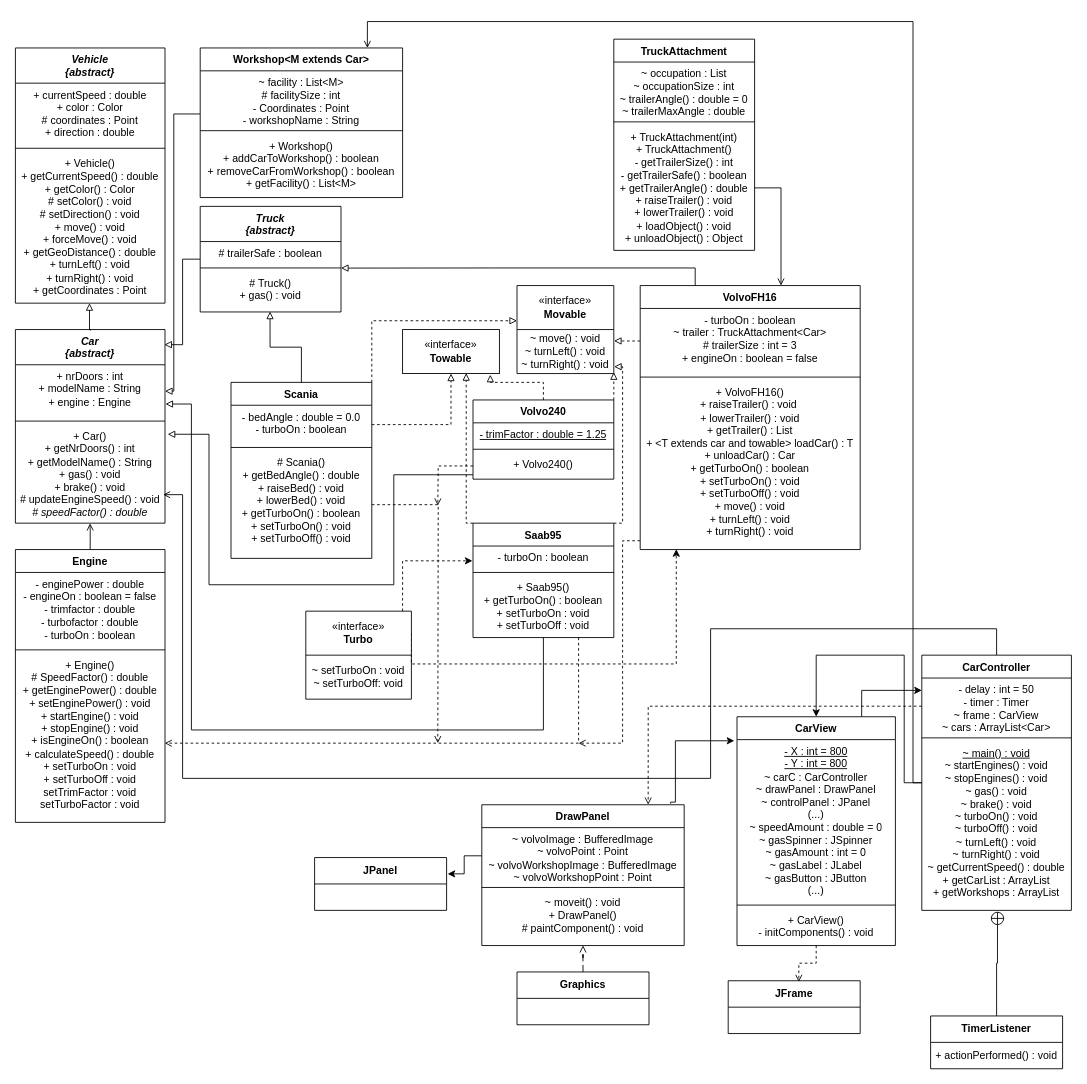
VIctorvonCorswant/lab3-group-8 keeps this draw.io diagram as UML/updatedUML.drawio. Above is the earlier version. Source tidied: cells renumbered, new cells numbered last; positions are measured from the earlier drawing's top-left corner, leaving out a move shared by most shapes. Both pictures are drawn from the tidied source at 88%, with x=0, y=0 at pixel (15, 21).
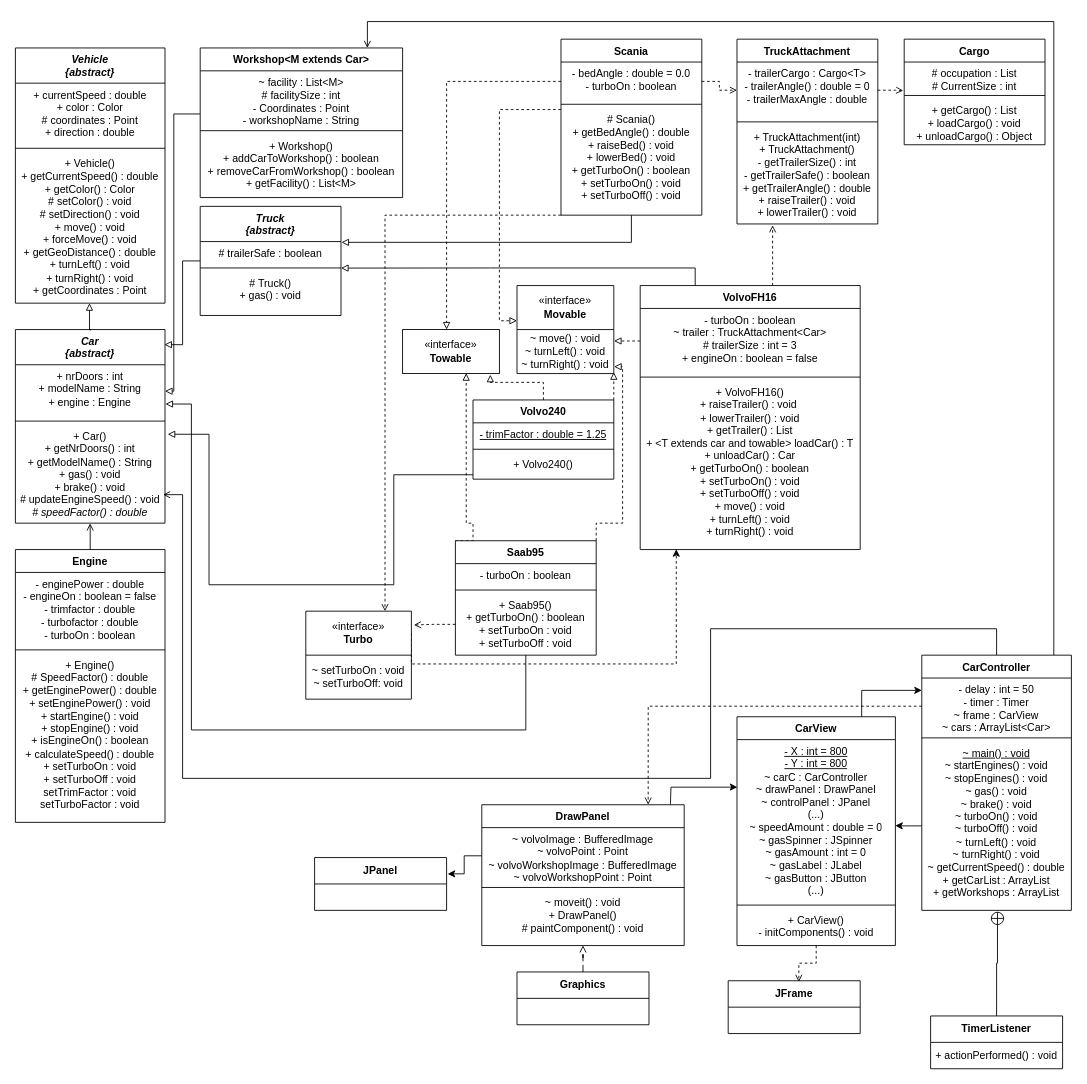
Above is the later version.

Commit message (it also covers changes not shown here):
Added final UML designs and images

The change refers to these unchanged cells:
```xml
<mxCell id="12" value="- &lt;span style=&quot;white-space: pre;&quot;&gt;turboOn : boolean&lt;/span&gt;" style="text;strokeColor=none;fillColor=none;align=center;verticalAlign=top;spacingLeft=4;spacingRight=4;overflow=hidden;points=[[0,0.5],[1,0.5]];portConstraint=eastwest;whiteSpace=wrap;html=1;" parent="11" vertex="1">
  <mxGeometry y="26" width="160" height="26" as="geometry" />
</mxCell>
<mxCell id="14" value="+ Saab95()&lt;div&gt;+ getTurboOn() : boolean&lt;/div&gt;&lt;div&gt;+ setTurboOn : void&lt;/div&gt;&lt;div&gt;+ setTurboOff : void&lt;/div&gt;" style="text;strokeColor=none;fillColor=none;align=center;verticalAlign=top;spacingLeft=4;spacingRight=4;overflow=hidden;points=[[0,0.5],[1,0.5]];portConstraint=eastwest;whiteSpace=wrap;html=1;" parent="11" vertex="1">
  <mxGeometry y="60" width="160" height="70" as="geometry" />
</mxCell>
<mxCell id="15" value="Volvo240" style="swimlane;fontStyle=1;align=center;verticalAlign=top;horizontal=1;startSize=26;whiteSpace=wrap;html=1;" parent="1" vertex="1">
  <mxGeometry x="520" y="430" width="160" height="90" as="geometry" />
</mxCell>
<mxCell id="19" value="+ Volvo240()" style="text;strokeColor=none;fillColor=none;align=center;verticalAlign=top;spacingLeft=4;spacingRight=4;overflow=hidden;points=[[0,0.5],[1,0.5]];portConstraint=eastwest;whiteSpace=wrap;html=1;" parent="15" vertex="1">
  <mxGeometry y="60" width="160" height="30" as="geometry" />
</mxCell>
<mxCell id="20" value="«interface»&lt;br&gt;&lt;b&gt;Towable&lt;/b&gt;" style="html=1;whiteSpace=wrap;" parent="1" vertex="1">
  <mxGeometry x="440" y="350" width="110" height="50" as="geometry" />
</mxCell>
<mxCell id="22" value="- bedAngle : double = 0.0&lt;div&gt;- turboOn : boolean&lt;/div&gt;" style="text;strokeColor=none;fillColor=none;align=center;verticalAlign=top;spacingLeft=4;spacingRight=4;overflow=hidden;points=[[0,0.5],[1,0.5]];portConstraint=eastwest;whiteSpace=wrap;html=1;" parent="21" vertex="1">
  <mxGeometry y="26" width="160" height="44" as="geometry" />
</mxCell>
<mxCell id="25" value="# Scania()&lt;div&gt;+ getBedAngle() : double&lt;/div&gt;&lt;div&gt;+ raiseBed() : void&lt;/div&gt;&lt;div&gt;+ lowerBed() : void&lt;/div&gt;&lt;div&gt;+ getTurboOn() : boolean&lt;/div&gt;&lt;div&gt;+ setTurboOn() : void&lt;/div&gt;&lt;div&gt;+ setTurboOff() : void&lt;/div&gt;" style="text;strokeColor=none;fillColor=none;align=center;verticalAlign=top;spacingLeft=4;spacingRight=4;overflow=hidden;points=[[0,0.5],[1,0.5]];portConstraint=eastwest;whiteSpace=wrap;html=1;" parent="21" vertex="1">
  <mxGeometry y="78" width="160" height="122" as="geometry" />
</mxCell>
<mxCell id="26" value="VolvoFH16" style="swimlane;fontStyle=1;align=center;verticalAlign=top;horizontal=1;startSize=26;whiteSpace=wrap;html=1;" parent="1" vertex="1">
  <mxGeometry x="710" y="300" width="250" height="300" as="geometry" />
</mxCell>
<mxCell id="30" value="+ VolvoFH16()&lt;div&gt;+ raiseTrailer() : void&amp;nbsp;&lt;/div&gt;&lt;div&gt;+ lowerTrailer() : void&lt;/div&gt;&lt;div&gt;+ getTrailer() : List&lt;/div&gt;&lt;div&gt;+ &amp;lt;T extends car and towable&amp;gt; loadCar() : T&lt;/div&gt;&lt;div&gt;+ unloadCar() : Car&lt;/div&gt;&lt;div&gt;+ getTurboOn() : boolean&lt;/div&gt;&lt;div&gt;+ setTurboOn() : void&lt;/div&gt;&lt;div&gt;+ setTurboOff() : void&lt;/div&gt;&lt;div&gt;+ move() : void&lt;/div&gt;&lt;div&gt;+ turnLeft() : void&lt;/div&gt;&lt;div&gt;+ turnRight() : void&lt;/div&gt;" style="text;strokeColor=none;fillColor=none;align=center;verticalAlign=top;spacingLeft=4;spacingRight=4;overflow=hidden;points=[[0,0.5],[1,0.5]];portConstraint=eastwest;whiteSpace=wrap;html=1;" parent="26" vertex="1">
  <mxGeometry y="108" width="250" height="192" as="geometry" />
</mxCell>
<mxCell id="31" value="«interface»&lt;br&gt;&lt;b&gt;Movable&lt;/b&gt;" style="swimlane;fontStyle=0;horizontal=1;startSize=50;whiteSpace=wrap;html=1;" parent="1" vertex="1">
  <mxGeometry x="570" y="300" width="110" height="100" as="geometry" />
</mxCell>
<mxCell id="34" value="Workshop&amp;lt;M extends Car&amp;gt;" style="swimlane;fontStyle=1;align=center;verticalAlign=top;horizontal=1;startSize=26;whiteSpace=wrap;html=1;" parent="1" vertex="1">
  <mxGeometry x="210" y="30" width="230" height="170" as="geometry" />
</mxCell>
<mxCell id="45" value="+ Engine()&lt;div&gt;# SpeedFactor() : double&lt;/div&gt;&lt;div&gt;+ getEnginePower() : double&lt;/div&gt;&lt;div&gt;+ setEnginePower() : void&lt;/div&gt;&lt;div&gt;+ startEngine() : void&lt;/div&gt;&lt;div&gt;+ stopEngine() : void&lt;/div&gt;&lt;div&gt;+ isEngineOn() : boolean&lt;/div&gt;&lt;div&gt;+ calculateSpeed() : double&lt;/div&gt;&lt;div&gt;+ setTurboOn : void&lt;/div&gt;&lt;div&gt;+ setTurboOff : void&lt;/div&gt;&lt;div&gt;setTrimFactor : void&lt;/div&gt;&lt;div&gt;setTurboFactor : void&lt;/div&gt;" style="text;strokeColor=none;fillColor=none;align=center;verticalAlign=top;spacingLeft=4;spacingRight=4;overflow=hidden;points=[[0,0.5],[1,0.5]];portConstraint=eastwest;whiteSpace=wrap;html=1;" parent="42" vertex="1">
  <mxGeometry y="118" width="170" height="192" as="geometry" />
</mxCell>
<mxCell id="47" value="# trailerSafe : boolean" style="text;strokeColor=none;fillColor=none;align=center;verticalAlign=top;spacingLeft=4;spacingRight=4;overflow=hidden;points=[[0,0.5],[1,0.5]];portConstraint=eastwest;whiteSpace=wrap;html=1;" parent="46" vertex="1">
  <mxGeometry y="40" width="160" height="26" as="geometry" />
</mxCell>
<mxCell id="53" value="CarController" style="swimlane;fontStyle=1;align=center;verticalAlign=top;horizontal=1;startSize=26;whiteSpace=wrap;html=1;" parent="1" vertex="1">
  <mxGeometry x="1030" y="720" width="170" height="290" as="geometry" />
</mxCell>
<mxCell id="56" value="&lt;u&gt;~ main() : void&lt;/u&gt;&lt;div&gt;~ startEngines() : void&lt;/div&gt;&lt;div&gt;~ stopEngines() : void&lt;/div&gt;&lt;div&gt;~ gas() : void&lt;/div&gt;&lt;div&gt;~ brake() : void&lt;/div&gt;&lt;div&gt;~ turboOn() : void&lt;/div&gt;&lt;div&gt;~ turboOff() : void&lt;/div&gt;&lt;div&gt;~ turnLeft() : void&lt;/div&gt;&lt;div&gt;~ turnRight() : void&lt;/div&gt;&lt;div&gt;~ getCurrentSpeed() : double&lt;/div&gt;&lt;div&gt;+ getCarList : ArrayList&lt;/div&gt;&lt;div&gt;+ getWorkshops : ArrayList&lt;/div&gt;" style="text;strokeColor=none;fillColor=none;align=center;verticalAlign=top;spacingLeft=4;spacingRight=4;overflow=hidden;points=[[0,0.5],[1,0.5]];portConstraint=eastwest;whiteSpace=wrap;html=1;" parent="53" vertex="1">
  <mxGeometry y="98" width="170" height="192" as="geometry" />
</mxCell>
<mxCell id="61" value="CarView" style="swimlane;fontStyle=1;align=center;verticalAlign=top;horizontal=1;startSize=26;whiteSpace=wrap;html=1;" parent="1" vertex="1">
  <mxGeometry x="820" y="790" width="180" height="260" as="geometry" />
</mxCell>
<mxCell id="62" value="&lt;u&gt;- X : int = 800&lt;/u&gt;&lt;div&gt;&lt;u&gt;- Y : int = 800&lt;/u&gt;&lt;/div&gt;&lt;div&gt;~ carC : CarController&lt;/div&gt;&lt;div&gt;~ drawPanel : DrawPanel&lt;/div&gt;&lt;div&gt;~ controlPanel : JPanel&lt;/div&gt;&lt;div&gt;(...)&lt;/div&gt;&lt;div&gt;~ speedAmount : double = 0&lt;/div&gt;&lt;div&gt;~ gasSpinner : JSpinner&lt;/div&gt;&lt;div&gt;~ gasAmount : int = 0&lt;/div&gt;&lt;div&gt;~ gasLabel : JLabel&lt;/div&gt;&lt;div&gt;~ gasButton : JButton&lt;/div&gt;&lt;div&gt;(...)&lt;/div&gt;" style="text;strokeColor=none;fillColor=none;align=center;verticalAlign=top;spacingLeft=4;spacingRight=4;overflow=hidden;points=[[0,0.5],[1,0.5]];portConstraint=eastwest;whiteSpace=wrap;html=1;" parent="61" vertex="1">
  <mxGeometry y="26" width="180" height="184" as="geometry" />
</mxCell>
<mxCell id="66" value="DrawPanel" style="swimlane;fontStyle=1;align=center;verticalAlign=top;horizontal=1;startSize=26;whiteSpace=wrap;html=1;" parent="1" vertex="1">
  <mxGeometry x="530" y="890" width="230" height="160" as="geometry" />
</mxCell>
<mxCell id="84" value="«interface»&lt;br&gt;&lt;b&gt;Turbo&lt;/b&gt;" style="swimlane;fontStyle=0;horizontal=1;startSize=50;whiteSpace=wrap;html=1;" parent="1" vertex="1">
  <mxGeometry x="330" y="670" width="120" height="100" as="geometry" />
</mxCell>
```

Change to the diagram source:
```diff
@@
     <mxCell id="10" style="edgeStyle=orthogonalEdgeStyle;rounded=0;jettySize=auto;html=1;exitX=0;exitY=0;exitDx=0;exitDy=0;entryX=0.657;entryY=0.991;entryDx=0;entryDy=0;entryPerimeter=0;dashed=1;endArrow=block;endFill=0;" parent="1" edge="1" source="11" target="20">
       <mxGeometry relative="1" as="geometry">
         <Array as="points">
+          <mxPoint x="520" y="590" />
+          <mxPoint x="520" y="570" />
           <mxPoint x="512" y="570" />
         </Array>
       </mxGeometry>
     </mxCell>
     <mxCell id="11" value="Saab95" style="swimlane;fontStyle=1;align=center;verticalAlign=top;horizontal=1;startSize=26;whiteSpace=wrap;html=1;" parent="1" vertex="1">
-      <mxGeometry x="520" y="570" width="160" height="130" as="geometry" />
+      <mxGeometry x="500" y="590" width="160" height="130" as="geometry" />
     </mxCell>
@@
-    <mxCell id="18" style="edgeStyle=orthogonalEdgeStyle;rounded=0;jettySize=auto;html=1;dashed=1;endArrow=open;endFill=0;" parent="15" edge="1" source="19">
-      <mxGeometry relative="1" as="geometry">
-        <mxPoint x="-40" y="120" as="targetPoint" />
-      </mxGeometry>
-    </mxCell>
@@
     <mxCell id="21" value="Scania" style="swimlane;fontStyle=1;align=center;verticalAlign=top;horizontal=1;startSize=26;whiteSpace=wrap;html=1;" parent="1" vertex="1">
-      <mxGeometry x="245" y="410" width="160" height="200" as="geometry" />
+      <mxGeometry x="620" y="20" width="160" height="200" as="geometry" />
     </mxCell>
@@
-    <mxCell id="24" style="edgeStyle=orthogonalEdgeStyle;rounded=0;jettySize=auto;html=1;dashed=1;endArrow=open;endFill=0;" parent="21" edge="1" source="25">
-      <mxGeometry relative="1" as="geometry">
-        <mxPoint x="235" y="410" as="targetPoint" />
-      </mxGeometry>
-    </mxCell>
@@
+    <mxCell id="96" style="edgeStyle=orthogonalEdgeStyle;rounded=0;jettySize=auto;html=1;entryX=0.253;entryY=1.013;entryDx=0;entryDy=0;entryPerimeter=0;dashed=1;endArrow=open;endFill=0;" parent="1" edge="1" source="26" target="41">
+      <mxGeometry relative="1" as="geometry">
+        <Array as="points">
+          <mxPoint x="860" y="232" />
+        </Array>
+      </mxGeometry>
+    </mxCell>
@@
-    <mxCell id="29" style="edgeStyle=orthogonalEdgeStyle;rounded=0;jettySize=auto;html=1;dashed=1;endArrow=open;endFill=0;" parent="26" edge="1" source="30">
-      <mxGeometry relative="1" as="geometry">
-        <mxPoint x="-70" y="520" as="targetPoint" />
-        <Array as="points">
-          <mxPoint x="-20" y="290" />
-        </Array>
-      </mxGeometry>
-    </mxCell>
@@
     <mxCell id="38" value="TruckAttachment" style="swimlane;fontStyle=1;align=center;verticalAlign=top;horizontal=1;startSize=26;whiteSpace=wrap;html=1;" parent="1" vertex="1">
-      <mxGeometry x="680" y="20" width="160" height="240" as="geometry" />
+      <mxGeometry x="820" y="20" width="160" height="210" as="geometry" />
     </mxCell>
-    <mxCell id="39" value="&lt;div&gt;~ occupation : List&lt;/div&gt;~ occupationSize : int&lt;div&gt;~ trailerAngle() : double = 0&lt;/div&gt;&lt;div&gt;~ trailerMaxAngle : double&lt;/div&gt;" style="text;strokeColor=none;fillColor=none;align=center;verticalAlign=top;spacingLeft=4;spacingRight=4;overflow=hidden;points=[[0,0.5],[1,0.5]];portConstraint=eastwest;whiteSpace=wrap;html=1;" parent="38" vertex="1">
+    <mxCell id="39" value="&lt;div&gt;- trailerCargo : Cargo&amp;lt;T&amp;gt;&lt;/div&gt;&lt;div&gt;- trailerAngle() : double = 0&lt;/div&gt;&lt;div&gt;- trailerMaxAngle : double&lt;/div&gt;" style="text;strokeColor=none;fillColor=none;align=center;verticalAlign=top;spacingLeft=4;spacingRight=4;overflow=hidden;points=[[0,0.5],[1,0.5]];portConstraint=eastwest;whiteSpace=wrap;html=1;" parent="38" vertex="1">
       <mxGeometry y="26" width="160" height="64" as="geometry" />
     </mxCell>
@@
-    <mxCell id="41" value="+ TruckAttachment(int)&lt;div&gt;+ TruckAttachment()&lt;/div&gt;&lt;div&gt;- getTrailerSize() : int&lt;/div&gt;&lt;div&gt;- getTrailerSafe() : boolean&lt;/div&gt;&lt;div&gt;+ getTrailerAngle() : double&lt;/div&gt;&lt;div&gt;+ raiseTrailer() : void&lt;/div&gt;&lt;div&gt;+ lowerTrailer() : void&lt;/div&gt;&lt;div&gt;+ loadObject() : void&lt;/div&gt;&lt;div&gt;+ unloadObject() : Object&lt;/div&gt;" style="text;strokeColor=none;fillColor=none;align=center;verticalAlign=top;spacingLeft=4;spacingRight=4;overflow=hidden;points=[[0,0.5],[1,0.5]];portConstraint=eastwest;whiteSpace=wrap;html=1;" parent="38" vertex="1">
-      <mxGeometry y="98" width="160" height="142" as="geometry" />
+    <mxCell id="41" value="+ TruckAttachment(int)&lt;div&gt;+ TruckAttachment()&lt;/div&gt;&lt;div&gt;- getTrailerSize() : int&lt;/div&gt;&lt;div&gt;- getTrailerSafe() : boolean&lt;/div&gt;&lt;div&gt;+ getTrailerAngle() : double&lt;/div&gt;&lt;div&gt;+ raiseTrailer() : void&lt;/div&gt;&lt;div&gt;+ lowerTrailer() : void&lt;/div&gt;" style="text;strokeColor=none;fillColor=none;align=center;verticalAlign=top;spacingLeft=4;spacingRight=4;overflow=hidden;points=[[0,0.5],[1,0.5]];portConstraint=eastwest;whiteSpace=wrap;html=1;" parent="38" vertex="1">
+      <mxGeometry y="98" width="160" height="112" as="geometry" />
     </mxCell>
@@
     <mxCell id="46" value="&lt;i&gt;Truck&lt;/i&gt;&lt;div&gt;&lt;i&gt;{abstract}&lt;/i&gt;&lt;/div&gt;" style="swimlane;fontStyle=1;align=center;verticalAlign=top;horizontal=1;startSize=40;whiteSpace=wrap;html=1;" parent="1" vertex="1">
-      <mxGeometry x="210" y="210" width="160" height="120" as="geometry" />
+      <mxGeometry x="210" y="210" width="160" height="124" as="geometry" />
     </mxCell>
@@
     <mxCell id="49" value="# Truck()&lt;div&gt;+ gas() : void&lt;/div&gt;" style="text;strokeColor=none;fillColor=none;align=center;verticalAlign=top;spacingLeft=4;spacingRight=4;overflow=hidden;points=[[0,0.5],[1,0.5]];portConstraint=eastwest;whiteSpace=wrap;html=1;" parent="46" vertex="1">
-      <mxGeometry y="74" width="160" height="46" as="geometry" />
+      <mxGeometry y="74" width="160" height="50" as="geometry" />
     </mxCell>
@@
     <mxCell id="51" style="edgeStyle=orthogonalEdgeStyle;rounded=0;jettySize=auto;html=1;entryX=0.826;entryY=0;entryDx=0;entryDy=0;entryPerimeter=0;endArrow=open;endFill=0;" parent="1" edge="1" source="53" target="34">
       <mxGeometry relative="1" as="geometry">
         <Array as="points">
-          <mxPoint x="1020" y="865" />
-          <mxPoint x="1020" />
+          <mxPoint x="1180" />
           <mxPoint x="400" />
         </Array>
       </mxGeometry>
     </mxCell>
-    <mxCell id="52" style="edgeStyle=orthogonalEdgeStyle;rounded=0;jettySize=auto;html=1;entryX=0.5;entryY=0;entryDx=0;entryDy=0;" parent="1" edge="1" source="53" target="61">
-      <mxGeometry relative="1" as="geometry">
-        <Array as="points">
-          <mxPoint x="1010" y="865" />
-          <mxPoint x="1010" y="720" />
-          <mxPoint x="910" y="720" />
-        </Array>
-      </mxGeometry>
-    </mxCell>
@@
-    <mxCell id="65" style="edgeStyle=orthogonalEdgeStyle;rounded=0;jettySize=auto;html=1;exitX=0.933;exitY=-0.008;exitDx=0;exitDy=0;entryX=-0.017;entryY=0.007;entryDx=0;entryDy=0;entryPerimeter=0;exitPerimeter=0;" parent="1" edge="1" source="66" target="62">
+    <mxCell id="65" style="edgeStyle=orthogonalEdgeStyle;rounded=0;jettySize=auto;html=1;exitX=0.932;exitY=-0.002;exitDx=0;exitDy=0;entryX=0.002;entryY=0.294;entryDx=0;entryDy=0;entryPerimeter=0;exitPerimeter=0;" parent="1" edge="1" source="66" target="62">
       <mxGeometry relative="1" as="geometry">
         <Array as="points">
+          <mxPoint x="744" y="887" />
           <mxPoint x="745" y="887" />
-          <mxPoint x="750" y="887" />
-          <mxPoint x="750" y="817" />
+          <mxPoint x="745" y="870" />
+          <mxPoint x="817" y="870" />
         </Array>
       </mxGeometry>
     </mxCell>
@@
-    <mxCell id="72" style="edgeStyle=orthogonalEdgeStyle;rounded=0;jettySize=auto;html=1;entryX=0.496;entryY=0.991;entryDx=0;entryDy=0;entryPerimeter=0;endArrow=block;endFill=0;" parent="1" edge="1" source="21" target="49">
-      <mxGeometry relative="1" as="geometry" />
+    <mxCell id="72" style="edgeStyle=orthogonalEdgeStyle;rounded=0;jettySize=auto;html=1;entryX=1.003;entryY=0.034;entryDx=0;entryDy=0;entryPerimeter=0;endArrow=block;endFill=0;" parent="1" edge="1" source="21" target="47">
+      <mxGeometry relative="1" as="geometry">
+        <Array as="points">
+          <mxPoint x="700" y="250" />
+          <mxPoint x="370" y="250" />
+        </Array>
+      </mxGeometry>
     </mxCell>
@@
-    <mxCell id="78" style="edgeStyle=orthogonalEdgeStyle;rounded=0;jettySize=auto;html=1;entryX=0.5;entryY=1;entryDx=0;entryDy=0;dashed=1;endArrow=block;endFill=0;" parent="1" edge="1" source="22" target="20">
-      <mxGeometry relative="1" as="geometry" />
+    <mxCell id="78" style="edgeStyle=orthogonalEdgeStyle;rounded=0;jettySize=auto;html=1;dashed=1;endArrow=block;endFill=0;" parent="1" edge="1" source="22">
+      <mxGeometry relative="1" as="geometry">
+        <mxPoint x="490" y="350" as="targetPoint" />
+        <Array as="points">
+          <mxPoint x="490" y="68" />
+        </Array>
+      </mxGeometry>
     </mxCell>
-    <mxCell id="79" style="edgeStyle=orthogonalEdgeStyle;rounded=0;jettySize=auto;html=1;exitX=1;exitY=0;exitDx=0;exitDy=0;entryX=0;entryY=0.4;entryDx=0;entryDy=0;entryPerimeter=0;endArrow=block;endFill=0;dashed=1;" parent="1" edge="1" source="21" target="31">
-      <mxGeometry relative="1" as="geometry" />
+    <mxCell id="79" style="edgeStyle=orthogonalEdgeStyle;rounded=0;jettySize=auto;html=1;entryX=0;entryY=0.4;entryDx=0;entryDy=0;entryPerimeter=0;endArrow=block;endFill=0;dashed=1;" parent="1" edge="1" target="31">
+      <mxGeometry relative="1" as="geometry">
+        <mxPoint x="620" y="100" as="sourcePoint" />
+        <Array as="points">
+          <mxPoint x="550" y="100" />
+          <mxPoint x="550" y="340" />
+        </Array>
+      </mxGeometry>
     </mxCell>
@@
-    <mxCell id="82" style="edgeStyle=orthogonalEdgeStyle;rounded=0;jettySize=auto;html=1;entryX=-0.004;entryY=0.647;entryDx=0;entryDy=0;entryPerimeter=0;dashed=1;" parent="1" edge="1" source="84" target="12">
-      <mxGeometry relative="1" as="geometry">
-        <Array as="points">
-          <mxPoint x="440" y="613" />
-        </Array>
-      </mxGeometry>
-    </mxCell>
@@
-    <mxCell id="86" style="edgeStyle=orthogonalEdgeStyle;rounded=0;jettySize=auto;html=1;entryX=0.64;entryY=0;entryDx=0;entryDy=0;entryPerimeter=0;endArrow=open;endFill=0;" parent="1" edge="1" source="41" target="26">
-      <mxGeometry relative="1" as="geometry" />
-    </mxCell>
@@
-    <mxCell id="88" style="edgeStyle=orthogonalEdgeStyle;rounded=0;jettySize=auto;html=1;entryX=0.998;entryY=0.531;entryDx=0;entryDy=0;entryPerimeter=0;endArrow=open;endFill=0;dashed=1;" parent="1" edge="1" source="14" target="45">
-      <mxGeometry relative="1" as="geometry">
-        <Array as="points">
-          <mxPoint x="640" y="820" />
-          <mxPoint x="172" y="820" />
-        </Array>
-      </mxGeometry>
-    </mxCell>
@@
+    <mxCell id="97" value="Cargo" style="swimlane;fontStyle=1;align=center;verticalAlign=top;horizontal=1;startSize=26;whiteSpace=wrap;html=1;" parent="1" vertex="1">
+      <mxGeometry x="1010" y="20" width="160" height="120" as="geometry" />
+    </mxCell>
+    <mxCell id="98" value="# occupation : List&lt;div&gt;# CurrentSize : int&lt;/div&gt;" style="text;strokeColor=none;fillColor=none;align=center;verticalAlign=top;spacingLeft=4;spacingRight=4;overflow=hidden;points=[[0,0.5],[1,0.5]];portConstraint=eastwest;whiteSpace=wrap;html=1;" parent="97" vertex="1">
+      <mxGeometry y="26" width="160" height="34" as="geometry" />
+    </mxCell>
+    <mxCell id="99" style="line;strokeWidth=1;fillColor=none;align=left;verticalAlign=middle;spacingTop=-1;spacingLeft=3;spacingRight=3;labelPosition=right;strokeColor=inherit;" parent="97" vertex="1">
+      <mxGeometry y="60" width="160" height="8" as="geometry" />
+    </mxCell>
+    <mxCell id="100" value="+ getCargo() : List&lt;div&gt;+ loadCargo() : void&lt;/div&gt;&lt;div&gt;+ unloadCargo() : Object&lt;/div&gt;" style="text;strokeColor=none;fillColor=none;align=center;verticalAlign=top;spacingLeft=4;spacingRight=4;overflow=hidden;whiteSpace=wrap;html=1;" parent="97" vertex="1">
+      <mxGeometry y="68" width="160" height="52" as="geometry" />
+    </mxCell>
+    <mxCell id="101" style="edgeStyle=orthogonalEdgeStyle;rounded=0;jettySize=auto;html=1;entryX=-0.007;entryY=0.956;entryDx=0;entryDy=0;entryPerimeter=0;dashed=1;endArrow=open;endFill=0;" parent="1" edge="1" source="39" target="98">
+      <mxGeometry relative="1" as="geometry" />
+    </mxCell>
+    <mxCell id="102" style="edgeStyle=orthogonalEdgeStyle;rounded=0;jettySize=auto;html=1;entryX=0.75;entryY=0;entryDx=0;entryDy=0;strokeColor=none;dashed=1;endArrow=open;endFill=0;" parent="1" edge="1" source="25" target="84">
+      <mxGeometry relative="1" as="geometry">
+        <Array as="points">
+          <mxPoint x="420" y="210" />
+        </Array>
+      </mxGeometry>
+    </mxCell>
+    <mxCell id="103" style="edgeStyle=orthogonalEdgeStyle;rounded=0;jettySize=auto;html=1;dashed=1;endArrow=open;endFill=0;" parent="1" edge="1" source="25" target="84">
+      <mxGeometry relative="1" as="geometry">
+        <Array as="points">
+          <mxPoint x="420" y="220" />
+        </Array>
+      </mxGeometry>
+    </mxCell>
+    <mxCell id="104" style="edgeStyle=orthogonalEdgeStyle;rounded=0;jettySize=auto;html=1;dashed=1;endArrow=open;endFill=0;" parent="1" edge="1" source="22" target="39">
+      <mxGeometry relative="1" as="geometry" />
+    </mxCell>
+    <mxCell id="105" style="edgeStyle=orthogonalEdgeStyle;rounded=0;jettySize=auto;html=1;entryX=1.024;entryY=0.157;entryDx=0;entryDy=0;entryPerimeter=0;dashed=1;endArrow=open;endFill=0;" parent="1" edge="1" source="14" target="84">
+      <mxGeometry relative="1" as="geometry" />
+    </mxCell>
+    <mxCell id="106" style="edgeStyle=orthogonalEdgeStyle;rounded=0;jettySize=auto;html=1;entryX=0.999;entryY=0.531;entryDx=0;entryDy=0;entryPerimeter=0;" parent="1" edge="1" source="56" target="62">
+      <mxGeometry relative="1" as="geometry" />
+    </mxCell>
```
